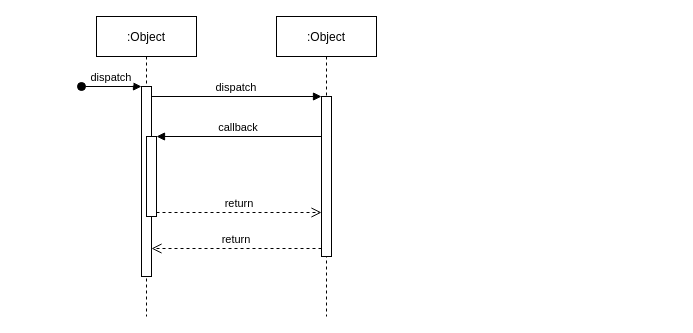
The draw.io diagram sequence diagram.drawio in kallDun/DrawIO, before the edit. Source tidied: cells renumbered, new cells numbered last; positions are measured from the earlier drawing's top-left corner, leaving out a move shared by most shapes. Both pictures are drawn from the tidied source at 100%, with x=0, y=0 at pixel (81, 16).
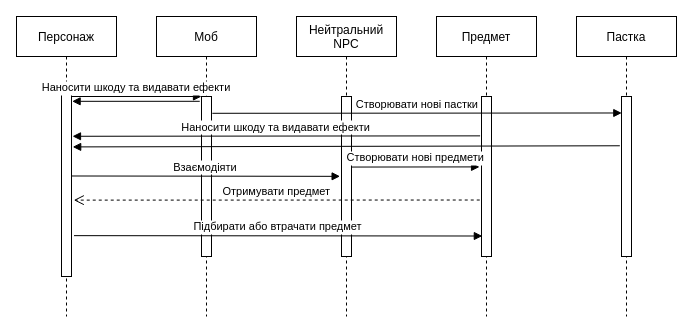
After the change.

The change refers to these unchanged cells:
```xml
<mxCell id="3" style="points=[];perimeter=orthogonalPerimeter;rounded=0;shadow=0;strokeWidth=1;" parent="2" vertex="1">
  <mxGeometry x="45" y="70" width="10" height="190" as="geometry" />
</mxCell>
<mxCell id="7" style="points=[];perimeter=orthogonalPerimeter;rounded=0;shadow=0;strokeWidth=1;" parent="6" vertex="1">
  <mxGeometry x="45" y="80" width="10" height="160" as="geometry" />
</mxCell>
```

The edit, as a diff of the source:
```diff
@@
-    <mxCell id="2" value=":Object" style="shape=umlLifeline;perimeter=lifelinePerimeter;rounded=0;shadow=0;strokeWidth=1;" parent="1" vertex="1">
-      <mxGeometry x="15" width="100" height="300" as="geometry" />
+    <mxCell id="2" value="Персонаж" style="shape=umlLifeline;perimeter=lifelinePerimeter;rounded=0;shadow=0;strokeWidth=1;" parent="1" vertex="1">
+      <mxGeometry x="-65" width="100" height="300" as="geometry" />
     </mxCell>
@@
-    <mxCell id="4" value="dispatch" style="verticalAlign=bottom;startArrow=oval;endArrow=block;startSize=8;shadow=0;strokeWidth=1;" parent="2" edge="1" target="3">
-      <mxGeometry relative="1" as="geometry">
-        <mxPoint x="-15" y="70" as="sourcePoint" />
-      </mxGeometry>
-    </mxCell>
-    <mxCell id="5" style="points=[];perimeter=orthogonalPerimeter;rounded=0;shadow=0;strokeWidth=1;" parent="2" vertex="1">
-      <mxGeometry x="50" y="120" width="10" height="80" as="geometry" />
-    </mxCell>
-    <mxCell id="6" value=":Object" style="shape=umlLifeline;perimeter=lifelinePerimeter;rounded=0;shadow=0;strokeWidth=1;" parent="1" vertex="1">
-      <mxGeometry x="195" width="100" height="300" as="geometry" />
+    <mxCell id="6" value="Моб" style="shape=umlLifeline;perimeter=lifelinePerimeter;rounded=0;shadow=0;strokeWidth=1;" parent="1" vertex="1">
+      <mxGeometry x="75" width="100" height="300" as="geometry" />
     </mxCell>
@@
+    <mxCell id="9" value="Наносити шкоду та видавати ефекти" style="verticalAlign=bottom;endArrow=block;entryX=0;entryY=0;shadow=0;strokeWidth=1;" parent="1" edge="1">
+      <mxGeometry relative="1" as="geometry">
+        <mxPoint x="-10" y="80" as="sourcePoint" />
+        <mxPoint x="120" y="80" as="targetPoint" />
+      </mxGeometry>
+    </mxCell>
+    <mxCell id="12" value="Нейтральний &#10;NPC" style="shape=umlLifeline;perimeter=lifelinePerimeter;rounded=0;shadow=0;strokeWidth=1;" parent="1" vertex="1">
+      <mxGeometry x="215" width="100" height="300" as="geometry" />
+    </mxCell>
+    <mxCell id="13" style="points=[];perimeter=orthogonalPerimeter;rounded=0;shadow=0;strokeWidth=1;" parent="12" vertex="1">
+      <mxGeometry x="45" y="80" width="10" height="160" as="geometry" />
+    </mxCell>
+    <mxCell id="14" value="Предмет" style="shape=umlLifeline;perimeter=lifelinePerimeter;rounded=0;shadow=0;strokeWidth=1;" parent="1" vertex="1">
+      <mxGeometry x="355" width="100" height="300" as="geometry" />
+    </mxCell>
+    <mxCell id="15" style="points=[];perimeter=orthogonalPerimeter;rounded=0;shadow=0;strokeWidth=1;" parent="14" vertex="1">
+      <mxGeometry x="45" y="80" width="10" height="160" as="geometry" />
+    </mxCell>
+    <mxCell id="16" value="Пастка" style="shape=umlLifeline;perimeter=lifelinePerimeter;rounded=0;shadow=0;strokeWidth=1;" parent="1" vertex="1">
+      <mxGeometry x="495" width="100" height="300" as="geometry" />
+    </mxCell>
+    <mxCell id="17" style="points=[];perimeter=orthogonalPerimeter;rounded=0;shadow=0;strokeWidth=1;" parent="16" vertex="1">
+      <mxGeometry x="45" y="80" width="10" height="160" as="geometry" />
+    </mxCell>
-    <mxCell id="8" value="return" style="verticalAlign=bottom;endArrow=open;dashed=1;endSize=8;exitX=0;exitY=0.95;shadow=0;strokeWidth=1;" parent="1" edge="1" source="7" target="3">
+    <mxCell id="8" style="verticalAlign=bottom;endArrow=block;entryX=1.062;entryY=0.078;shadow=0;strokeWidth=1;entryDx=0;entryDy=0;entryPerimeter=0;exitX=-0.176;exitY=0.03;exitDx=0;exitDy=0;exitPerimeter=0;" parent="1" edge="1" source="7" target="3">
       <mxGeometry relative="1" as="geometry" />
     </mxCell>
-    <mxCell id="9" value="dispatch" style="verticalAlign=bottom;endArrow=block;entryX=0;entryY=0;shadow=0;strokeWidth=1;" parent="1" edge="1" source="3" target="7">
-      <mxGeometry relative="1" as="geometry" />
-    </mxCell>
+    <mxCell id="18" value="Взаємодіяти" style="verticalAlign=bottom;endArrow=block;shadow=0;strokeWidth=1;exitX=0.996;exitY=0.471;exitDx=0;exitDy=0;exitPerimeter=0;entryX=-0.14;entryY=0.499;entryDx=0;entryDy=0;entryPerimeter=0;" parent="1" edge="1" source="3" target="13">
+      <mxGeometry relative="1" as="geometry" />
+    </mxCell>
+    <mxCell id="19" value="Отримувати предмет" style="verticalAlign=bottom;endArrow=open;dashed=1;endSize=8;exitX=-0.176;exitY=0.647;shadow=0;strokeWidth=1;exitDx=0;exitDy=0;exitPerimeter=0;entryX=1.226;entryY=0.598;entryDx=0;entryDy=0;entryPerimeter=0;" parent="1" edge="1" source="15" target="3">
+      <mxGeometry relative="1" as="geometry" />
+    </mxCell>
-    <mxCell id="10" value="callback" style="verticalAlign=bottom;endArrow=block;entryX=1;entryY=0;shadow=0;strokeWidth=1;" parent="1" edge="1" source="7" target="5">
+    <mxCell id="10" value="Наносити шкоду та видавати ефекти" style="verticalAlign=bottom;endArrow=block;entryX=1.1;entryY=0.262;shadow=0;strokeWidth=1;entryDx=0;entryDy=0;entryPerimeter=0;exitX=-0.14;exitY=0.246;exitDx=0;exitDy=0;exitPerimeter=0;" parent="1" edge="1" source="15" target="3">
       <mxGeometry relative="1" as="geometry" />
     </mxCell>
-    <mxCell id="11" value="return" style="verticalAlign=bottom;endArrow=open;dashed=1;endSize=8;exitX=1;exitY=0.95;shadow=0;strokeWidth=1;" parent="1" edge="1" source="5" target="7">
-      <mxGeometry relative="1" as="geometry" />
-    </mxCell>
+    <mxCell id="20" style="verticalAlign=bottom;endArrow=block;shadow=0;strokeWidth=1;exitX=-0.167;exitY=0.308;exitDx=0;exitDy=0;exitPerimeter=0;entryX=1.119;entryY=0.318;entryDx=0;entryDy=0;entryPerimeter=0;" parent="1" edge="1" source="17" target="3">
+      <mxGeometry relative="1" as="geometry" />
+    </mxCell>
+    <mxCell id="21" value="Підбирати або втрачати предмет" style="verticalAlign=bottom;endArrow=block;shadow=0;strokeWidth=1;exitX=1.25;exitY=0.785;exitDx=0;exitDy=0;exitPerimeter=0;entryX=0.083;entryY=0.872;entryDx=0;entryDy=0;entryPerimeter=0;" parent="1" edge="1" source="3" target="15">
+      <mxGeometry relative="1" as="geometry" />
+    </mxCell>
+    <mxCell id="22" value="Створювати нові предмети" style="verticalAlign=bottom;endArrow=block;shadow=0;strokeWidth=1;exitX=1.028;exitY=0.441;exitDx=0;exitDy=0;exitPerimeter=0;entryX=-0.194;entryY=0.44;entryDx=0;entryDy=0;entryPerimeter=0;" parent="1" edge="1" source="13" target="15">
+      <mxGeometry relative="1" as="geometry" />
+    </mxCell>
+    <mxCell id="23" value="Створювати нові пастки" style="verticalAlign=bottom;endArrow=block;shadow=0;strokeWidth=1;exitX=1.083;exitY=0.105;exitDx=0;exitDy=0;exitPerimeter=0;entryX=0.028;entryY=0.103;entryDx=0;entryDy=0;entryPerimeter=0;" parent="1" edge="1" source="7" target="17">
+      <mxGeometry relative="1" as="geometry" />
+    </mxCell>
```
